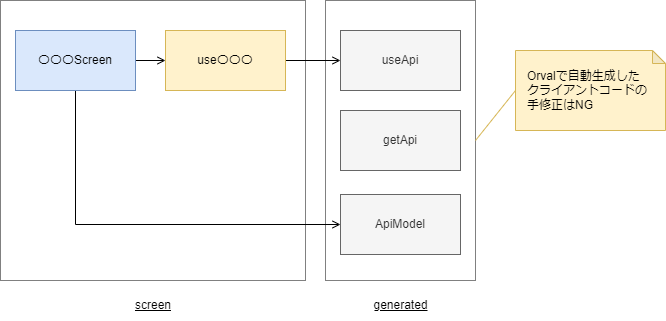
Above: website/docs/react-native/santoku/application-architecture/http-api/generate-api-code.drawio.png in ws-4020/mobile-app-crib-notes (draw.io), before the change. Source tidied: cells renumbered, new cells last; positions are measured from the earlier drawing's top-left corner, leaving out a move shared by most shapes. The source it was exported from:
```xml
<mxGraphModel>
  <root>
    <mxCell id="0" />
    <mxCell id="1" parent="0" />
    <mxCell id="2" style="whiteSpace=wrap;html=1;strokeColor=#808080;" parent="1" vertex="1">
      <mxGeometry width="305" height="280" as="geometry" />
    </mxCell>
    <mxCell id="3" style="whiteSpace=wrap;html=1;strokeColor=#808080;" parent="1" vertex="1">
      <mxGeometry x="325" width="150" height="280" as="geometry" />
    </mxCell>
    <mxCell id="4" value="&lt;u&gt;screen&lt;/u&gt;" style="text;html=1;strokeColor=none;fillColor=none;align=center;verticalAlign=middle;whiteSpace=wrap;rounded=0;" parent="1" vertex="1">
      <mxGeometry x="103.8" y="290" width="97.5" height="30" as="geometry" />
    </mxCell>
    <mxCell id="5" style="edgeStyle=orthogonalEdgeStyle;rounded=0;jettySize=auto;html=1;endArrow=open;endFill=0;" parent="1" edge="1" source="7" target="9">
      <mxGeometry relative="1" as="geometry" />
    </mxCell>
    <mxCell id="6" style="edgeStyle=orthogonalEdgeStyle;rounded=0;jettySize=auto;html=1;entryX=0;entryY=0.5;entryDx=0;entryDy=0;endArrow=open;endFill=0;exitX=0.5;exitY=1;exitDx=0;exitDy=0;" parent="1" edge="1" source="7" target="12">
      <mxGeometry relative="1" as="geometry">
        <Array as="points">
          <mxPoint x="75" y="224" />
        </Array>
      </mxGeometry>
    </mxCell>
    <mxCell id="7" value="〇〇〇Screen" style="rounded=0;whiteSpace=wrap;html=1;fillColor=#dae8fc;strokeColor=#6c8ebf;" parent="1" vertex="1">
      <mxGeometry x="15" y="30" width="120" height="60" as="geometry" />
    </mxCell>
    <mxCell id="8" style="edgeStyle=orthogonalEdgeStyle;rounded=0;jettySize=auto;html=1;endArrow=open;endFill=0;" parent="1" edge="1" source="9" target="10">
      <mxGeometry relative="1" as="geometry" />
    </mxCell>
    <mxCell id="9" value="use〇〇〇" style="rounded=0;whiteSpace=wrap;html=1;fillColor=#fff2cc;strokeColor=#d6b656;" parent="1" vertex="1">
      <mxGeometry x="165" y="30" width="120" height="60" as="geometry" />
    </mxCell>
    <mxCell id="10" value="useApi" style="rounded=0;whiteSpace=wrap;html=1;fillColor=#f5f5f5;fontColor=#333333;strokeColor=#666666;" parent="1" vertex="1">
      <mxGeometry x="340" y="30" width="120" height="60" as="geometry" />
    </mxCell>
    <mxCell id="11" value="getApi" style="rounded=0;whiteSpace=wrap;html=1;fillColor=#f5f5f5;fontColor=#333333;strokeColor=#666666;" parent="1" vertex="1">
      <mxGeometry x="340" y="110" width="120" height="60" as="geometry" />
    </mxCell>
    <mxCell id="12" value="ApiModel" style="rounded=0;whiteSpace=wrap;html=1;fillColor=#f5f5f5;fontColor=#333333;strokeColor=#666666;" parent="1" vertex="1">
      <mxGeometry x="340" y="194" width="120" height="60" as="geometry" />
    </mxCell>
    <mxCell id="13" style="rounded=0;jettySize=auto;html=1;entryX=1;entryY=0.5;entryDx=0;entryDy=0;endArrow=none;endFill=0;fillColor=#fff2cc;strokeColor=#d6b656;exitX=0;exitY=0.5;exitDx=0;exitDy=0;exitPerimeter=0;" parent="1" edge="1" source="14" target="3">
      <mxGeometry relative="1" as="geometry" />
    </mxCell>
    <mxCell id="14" value="Orvalで自動生成した&lt;br&gt;クライアントコードの&lt;br&gt;&lt;div style=&quot;&quot;&gt;&lt;span&gt;手修正はNG&lt;/span&gt;&lt;/div&gt;" style="shape=note;whiteSpace=wrap;html=1;backgroundOutline=1;darkOpacity=0.05;strokeColor=#d6b656;size=13;fillColor=#fff2cc;align=left;spacingLeft=10;" parent="1" vertex="1">
      <mxGeometry x="515" y="50" width="150" height="80" as="geometry" />
    </mxCell>
    <mxCell id="15" value="&lt;u&gt;generated&lt;/u&gt;" style="text;html=1;strokeColor=none;fillColor=none;align=center;verticalAlign=middle;whiteSpace=wrap;rounded=0;" parent="1" vertex="1">
      <mxGeometry x="341.6" y="290" width="116.9" height="30" as="geometry" />
    </mxCell>
  </root>
</mxGraphModel>
```
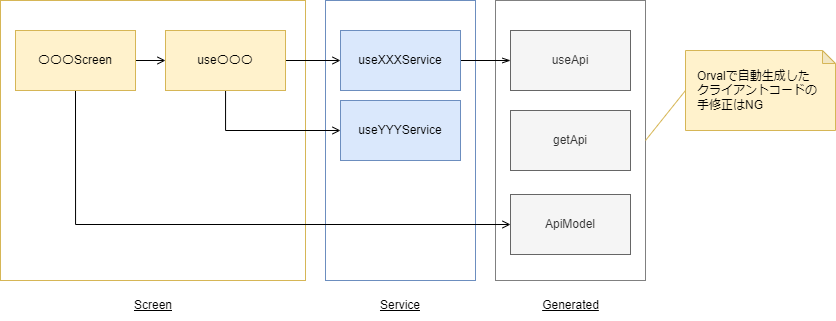
After the commit.

Change to the diagram source:
```diff
@@ -2,14 +2,17 @@
   <root>
     <mxCell id="0" />
     <mxCell id="1" parent="0" />
+    <mxCell id="16" style="whiteSpace=wrap;html=1;strokeColor=#6C8EBF;" parent="1" vertex="1">
+      <mxGeometry x="155" width="150" height="280" as="geometry" />
+    </mxCell>
-    <mxCell id="2" style="whiteSpace=wrap;html=1;strokeColor=#808080;" parent="1" vertex="1">
-      <mxGeometry width="305" height="280" as="geometry" />
+    <mxCell id="2" style="whiteSpace=wrap;html=1;strokeColor=#D6B656;" parent="1" vertex="1">
+      <mxGeometry x="-170" width="305" height="280" as="geometry" />
     </mxCell>
     <mxCell id="3" style="whiteSpace=wrap;html=1;strokeColor=#808080;" parent="1" vertex="1">
       <mxGeometry x="325" width="150" height="280" as="geometry" />
     </mxCell>
-    <mxCell id="4" value="&lt;u&gt;screen&lt;/u&gt;" style="text;html=1;strokeColor=none;fillColor=none;align=center;verticalAlign=middle;whiteSpace=wrap;rounded=0;" parent="1" vertex="1">
-      <mxGeometry x="103.8" y="290" width="97.5" height="30" as="geometry" />
+    <mxCell id="4" value="&lt;u&gt;Screen&lt;/u&gt;" style="text;html=1;strokeColor=none;fillColor=none;align=center;verticalAlign=middle;whiteSpace=wrap;rounded=0;" parent="1" vertex="1">
+      <mxGeometry x="-66.2" y="290" width="97.5" height="30" as="geometry" />
     </mxCell>
     <mxCell id="5" style="edgeStyle=orthogonalEdgeStyle;rounded=0;jettySize=auto;html=1;endArrow=open;endFill=0;" parent="1" edge="1" source="7" target="9">
       <mxGeometry relative="1" as="geometry" />
@@ -17,18 +20,25 @@
     <mxCell id="6" style="edgeStyle=orthogonalEdgeStyle;rounded=0;jettySize=auto;html=1;entryX=0;entryY=0.5;entryDx=0;entryDy=0;endArrow=open;endFill=0;exitX=0.5;exitY=1;exitDx=0;exitDy=0;" parent="1" edge="1" source="7" target="12">
       <mxGeometry relative="1" as="geometry">
         <Array as="points">
-          <mxPoint x="75" y="224" />
+          <mxPoint x="-95" y="224" />
         </Array>
       </mxGeometry>
     </mxCell>
-    <mxCell id="7" value="〇〇〇Screen" style="rounded=0;whiteSpace=wrap;html=1;fillColor=#dae8fc;strokeColor=#6c8ebf;" parent="1" vertex="1">
-      <mxGeometry x="15" y="30" width="120" height="60" as="geometry" />
+    <mxCell id="7" value="〇〇〇Screen" style="rounded=0;whiteSpace=wrap;html=1;fillColor=#fff2cc;strokeColor=#D6B656;" parent="1" vertex="1">
+      <mxGeometry x="-155" y="30" width="120" height="60" as="geometry" />
     </mxCell>
-    <mxCell id="8" style="edgeStyle=orthogonalEdgeStyle;rounded=0;jettySize=auto;html=1;endArrow=open;endFill=0;" parent="1" edge="1" source="9" target="10">
+    <mxCell id="8" style="edgeStyle=orthogonalEdgeStyle;rounded=0;jettySize=auto;html=1;endArrow=open;endFill=0;entryX=0;entryY=0.5;entryDx=0;entryDy=0;" parent="1" edge="1" source="9" target="19">
       <mxGeometry relative="1" as="geometry" />
     </mxCell>
+    <mxCell id="17" style="edgeStyle=orthogonalEdgeStyle;rounded=0;jettySize=auto;html=1;entryX=0;entryY=0.5;entryDx=0;entryDy=0;endArrow=open;endFill=0;" parent="1" edge="1" source="9" target="21">
+      <mxGeometry relative="1" as="geometry">
+        <Array as="points">
+          <mxPoint x="55" y="130" />
+        </Array>
+      </mxGeometry>
+    </mxCell>
     <mxCell id="9" value="use〇〇〇" style="rounded=0;whiteSpace=wrap;html=1;fillColor=#fff2cc;strokeColor=#d6b656;" parent="1" vertex="1">
-      <mxGeometry x="165" y="30" width="120" height="60" as="geometry" />
+      <mxGeometry x="-5" y="30" width="120" height="60" as="geometry" />
     </mxCell>
     <mxCell id="10" value="useApi" style="rounded=0;whiteSpace=wrap;html=1;fillColor=#f5f5f5;fontColor=#333333;strokeColor=#666666;" parent="1" vertex="1">
       <mxGeometry x="340" y="30" width="120" height="60" as="geometry" />
@@ -45,8 +55,20 @@
     <mxCell id="14" value="Orvalで自動生成した&lt;br&gt;クライアントコードの&lt;br&gt;&lt;div style=&quot;&quot;&gt;&lt;span&gt;手修正はNG&lt;/span&gt;&lt;/div&gt;" style="shape=note;whiteSpace=wrap;html=1;backgroundOutline=1;darkOpacity=0.05;strokeColor=#d6b656;size=13;fillColor=#fff2cc;align=left;spacingLeft=10;" parent="1" vertex="1">
       <mxGeometry x="515" y="50" width="150" height="80" as="geometry" />
     </mxCell>
-    <mxCell id="15" value="&lt;u&gt;generated&lt;/u&gt;" style="text;html=1;strokeColor=none;fillColor=none;align=center;verticalAlign=middle;whiteSpace=wrap;rounded=0;" parent="1" vertex="1">
+    <mxCell id="15" value="&lt;u&gt;Generated&lt;/u&gt;" style="text;html=1;strokeColor=none;fillColor=none;align=center;verticalAlign=middle;whiteSpace=wrap;rounded=0;" parent="1" vertex="1">
       <mxGeometry x="341.6" y="290" width="116.9" height="30" as="geometry" />
     </mxCell>
+    <mxCell id="18" style="edgeStyle=orthogonalEdgeStyle;rounded=0;jettySize=auto;html=1;entryX=0;entryY=0.5;entryDx=0;entryDy=0;endArrow=openThin;endFill=0;" parent="1" edge="1" source="19" target="10">
+      <mxGeometry relative="1" as="geometry" />
+    </mxCell>
+    <mxCell id="19" value="useXXXService" style="rounded=0;whiteSpace=wrap;html=1;fillColor=#dae8fc;strokeColor=#6c8ebf;" parent="1" vertex="1">
+      <mxGeometry x="170" y="30" width="120" height="60" as="geometry" />
+    </mxCell>
+    <mxCell id="20" value="&lt;u&gt;Service&lt;/u&gt;" style="text;html=1;strokeColor=none;fillColor=none;align=center;verticalAlign=middle;whiteSpace=wrap;rounded=0;" parent="1" vertex="1">
+      <mxGeometry x="181.2" y="290" width="97.5" height="30" as="geometry" />
+    </mxCell>
+    <mxCell id="21" value="useYYYService" style="rounded=0;whiteSpace=wrap;html=1;fillColor=#dae8fc;strokeColor=#6c8ebf;" parent="1" vertex="1">
+      <mxGeometry x="170" y="100" width="120" height="60" as="geometry" />
+    </mxCell>
   </root>
 </mxGraphModel>
```
